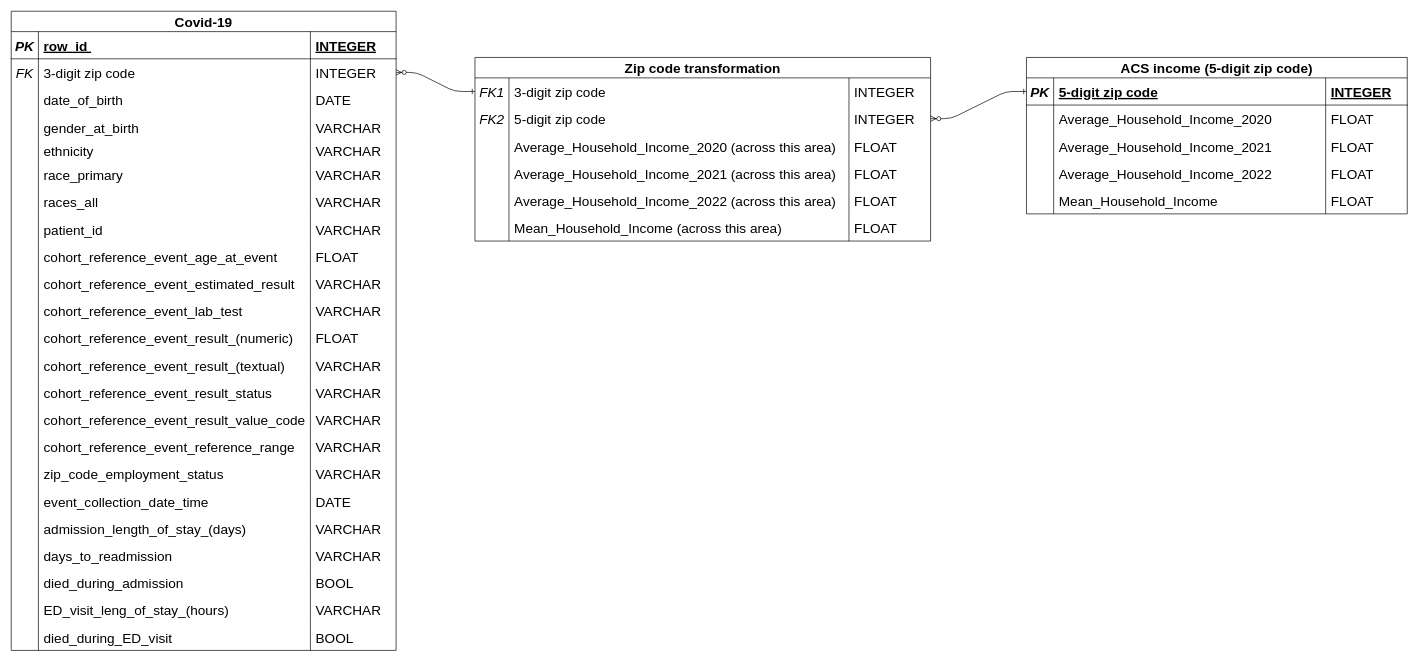
ronghanli2002/Analyzing-COVID-19-Disparities-in-Missouri-Through-a-Socioeconomic-Lens keeps this draw.io diagram as methods/covid_income_diagram.drawio. Above is the earlier version. Source tidied: cells renumbered, new cells numbered last; positions are measured from the earlier drawing's top-left corner, leaving out a move shared by most shapes. Both pictures are drawn from the tidied source at 68%, with x=0, y=0 at pixel (11, 11).
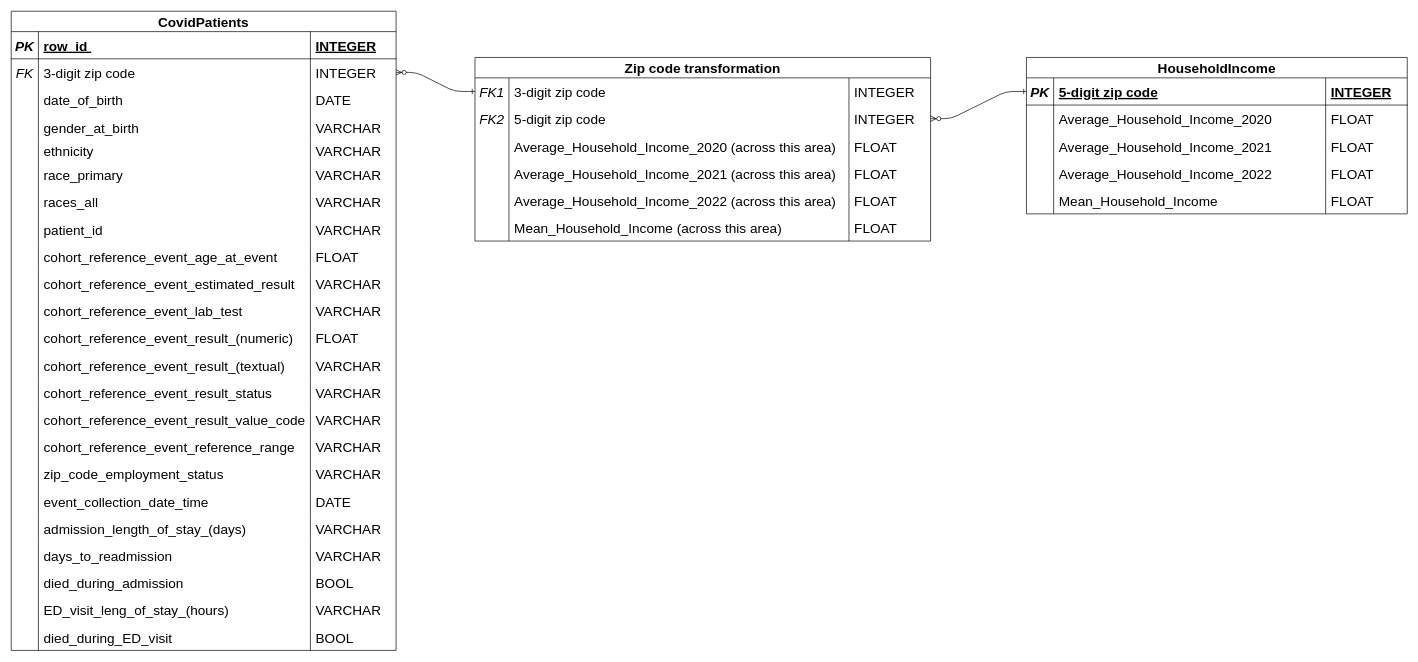
The same page after the edit.

What changed in the source:
```diff
@@
-    <mxCell id="27" value="Covid-19" style="shape=table;startSize=30;childLayout=tableLayout;rowLines=0;fontStyle=1;align=center;fontSize=20;" parent="1" vertex="1">
+    <mxCell id="27" value="CovidPatients" style="shape=table;startSize=30;childLayout=tableLayout;rowLines=0;fontStyle=1;align=center;fontSize=20;" parent="1" vertex="1">
       <mxGeometry width="566" height="940" as="geometry" />
     </mxCell>
@@
-    <mxCell id="120" value="ACS income (5-digit zip code)" style="shape=table;startSize=30;childLayout=tableLayout;rowLines=0;fontStyle=1;align=center;fontSize=20;" parent="1" vertex="1">
+    <mxCell id="120" value="HouseholdIncome" style="shape=table;startSize=30;childLayout=tableLayout;rowLines=0;fontStyle=1;align=center;fontSize=20;" parent="1" vertex="1">
       <mxGeometry x="1493" y="68" width="560" height="230" as="geometry" />
     </mxCell>
```
